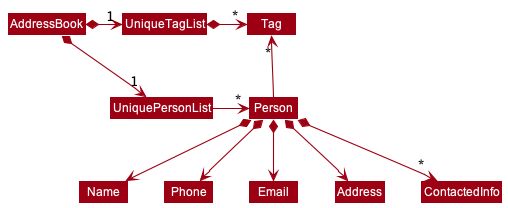
This is docs/images/BetterModelClassDiagram.png from pyk595/tp, a PlantUML export, as it was before one commit.
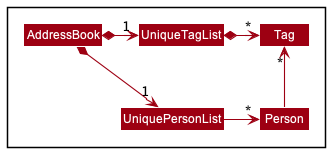
The same diagram one commit later.

Commit message:
Update diagram to scope, add border

Diff of the diagram source:
```diff
@@ -3,7 +3,7 @@
 skinparam arrowThickness 1.1
 skinparam arrowColor MODEL_COLOR
 skinparam classBackgroundColor MODEL_COLOR
-
+Package {
 AddressBook *-right-> "1" UniquePersonList
 AddressBook *-right-> "1" UniqueTagList
 UniqueTagList -[hidden]down- UniquePersonList
@@ -14,9 +14,5 @@
 
 Person -up-> "*" Tag
 
-Person *--> Name
-Person *--> Phone
-Person *--> Email
-Person *--> Address
-Person *--> "*" ContactedInfo
+}
 @enduml
```
